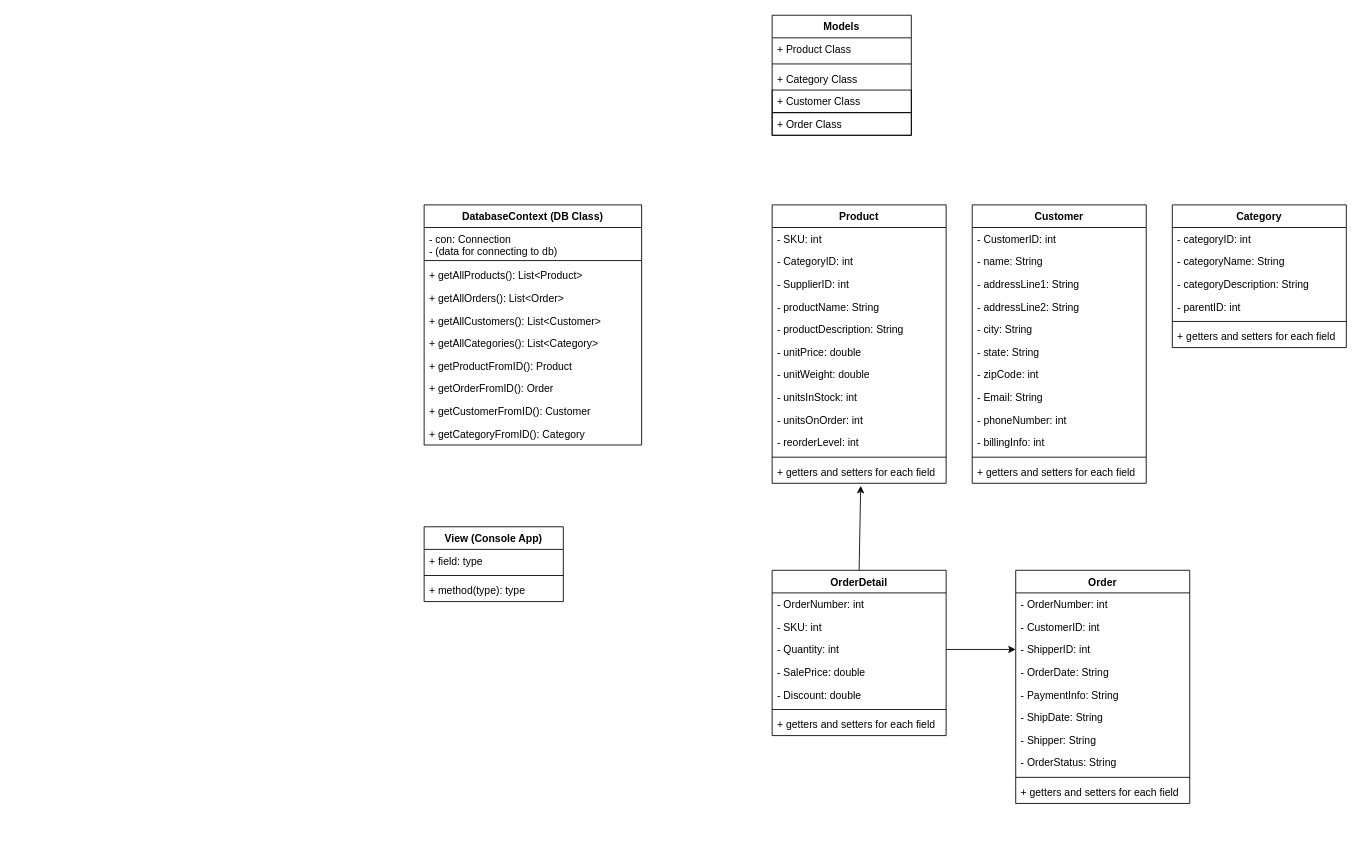
Above: meta_diagrams/Project2_eCommerce_JUnitJunkies.drawio in CalvinSithideth/SprintProject2_JUnit-Junkies_eCommerce (draw.io), before the change. Source tidied: cells renumbered, new cells numbered last; positions are measured from the earlier drawing's top-left corner, leaving out a move shared by most shapes. Both pictures are drawn from the tidied source at 87%, with x=0, y=0 at pixel (424, 15).
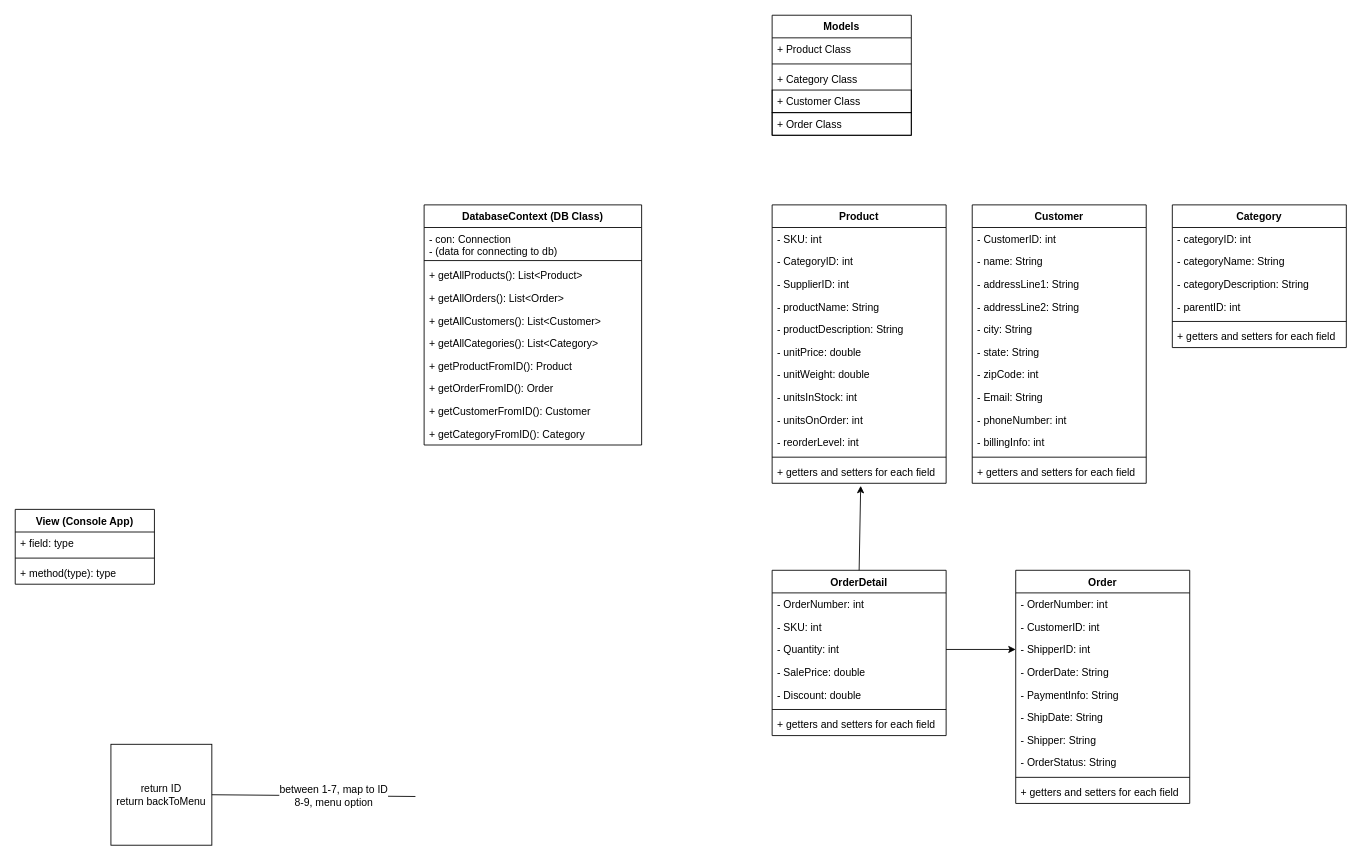
The same diagram, later.

Commit message:
Moved some tables around

Diff of the diagram source:
```diff
@@
     <mxCell id="13" value="View (Console App)" style="swimlane;fontStyle=1;align=center;verticalAlign=top;horizontal=1;startSize=26;" parent="1" vertex="1">
-      <mxGeometry y="588" width="160" height="86" as="geometry" />
+      <mxGeometry x="-470" y="568" width="160" height="86" as="geometry" />
     </mxCell>
@@
+    <mxCell id="77" value="return ID&lt;br&gt;return backToMenu" style="whiteSpace=wrap;html=1;strokeColor=#000000;" parent="1" vertex="1">
+      <mxGeometry x="-360" y="838" width="116" height="116" as="geometry" />
+    </mxCell>
+    <mxCell id="78" style="endArrow=none;html=1;exitX=1;exitY=0.5;exitDx=0;exitDy=0;" parent="1" edge="1" source="77">
+      <mxGeometry relative="1" as="geometry">
+        <mxPoint x="-10" y="898" as="targetPoint" />
+      </mxGeometry>
+    </mxCell>
+    <mxCell id="79" value="between 1-7, map to ID&lt;br&gt;8-9, menu option" style="text;html=1;align=center;verticalAlign=middle;labelBackgroundColor=#ffffff;" parent="78" vertex="1">
+      <mxGeometry x="0.19" y="1" relative="1" as="geometry" />
+    </mxCell>
```
